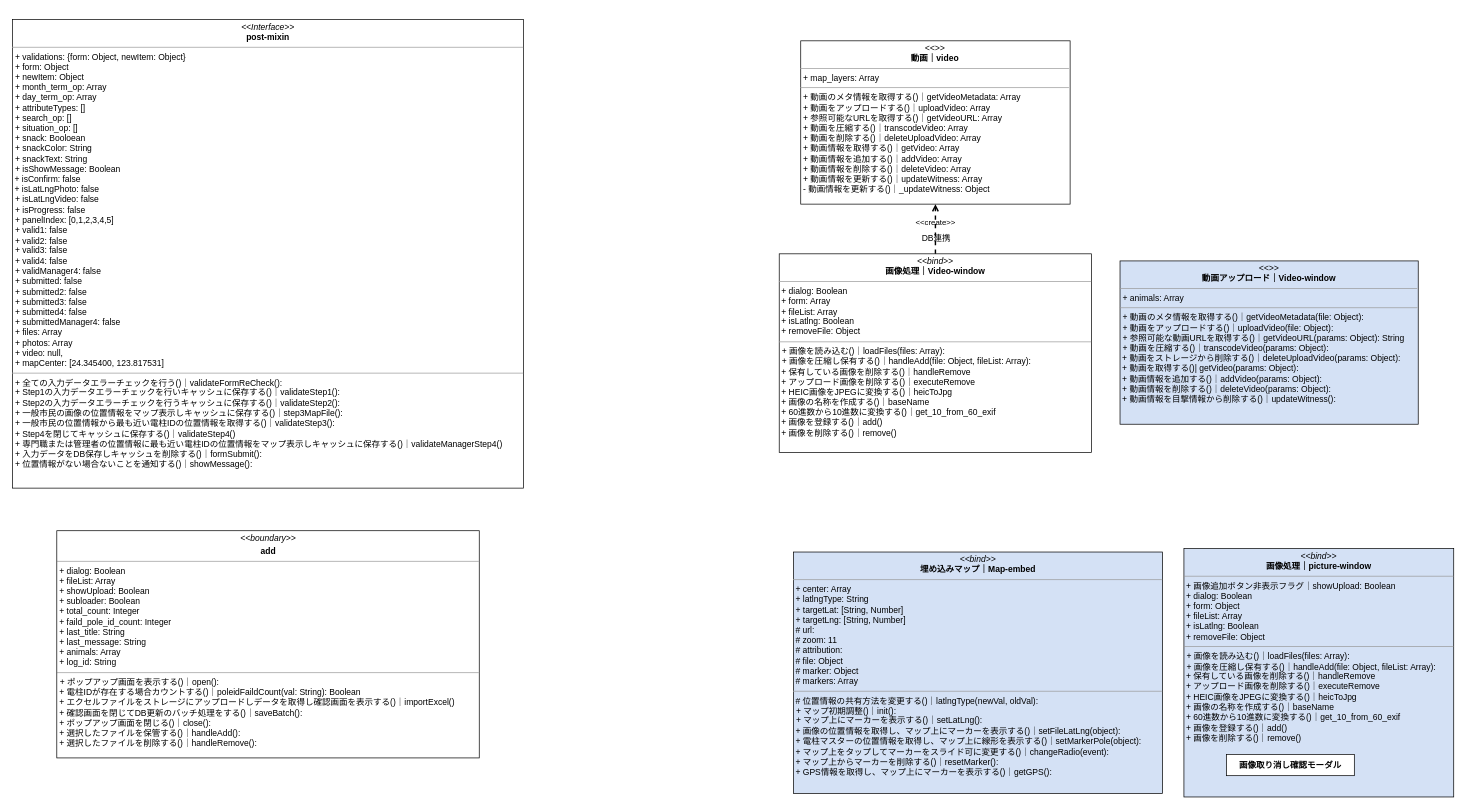
kaoru387/draw.io keeps this draw.io diagram as page "クラス図" (6 of 6) of Iriomote.drawio. Above is the earlier version. Source tidied: cells renumbered, new cells numbered last; positions are measured from the earlier drawing's top-left corner, leaving out a move shared by most shapes. Both pictures are drawn from the tidied source at 71%, with x=0, y=0 at pixel (12, 19).
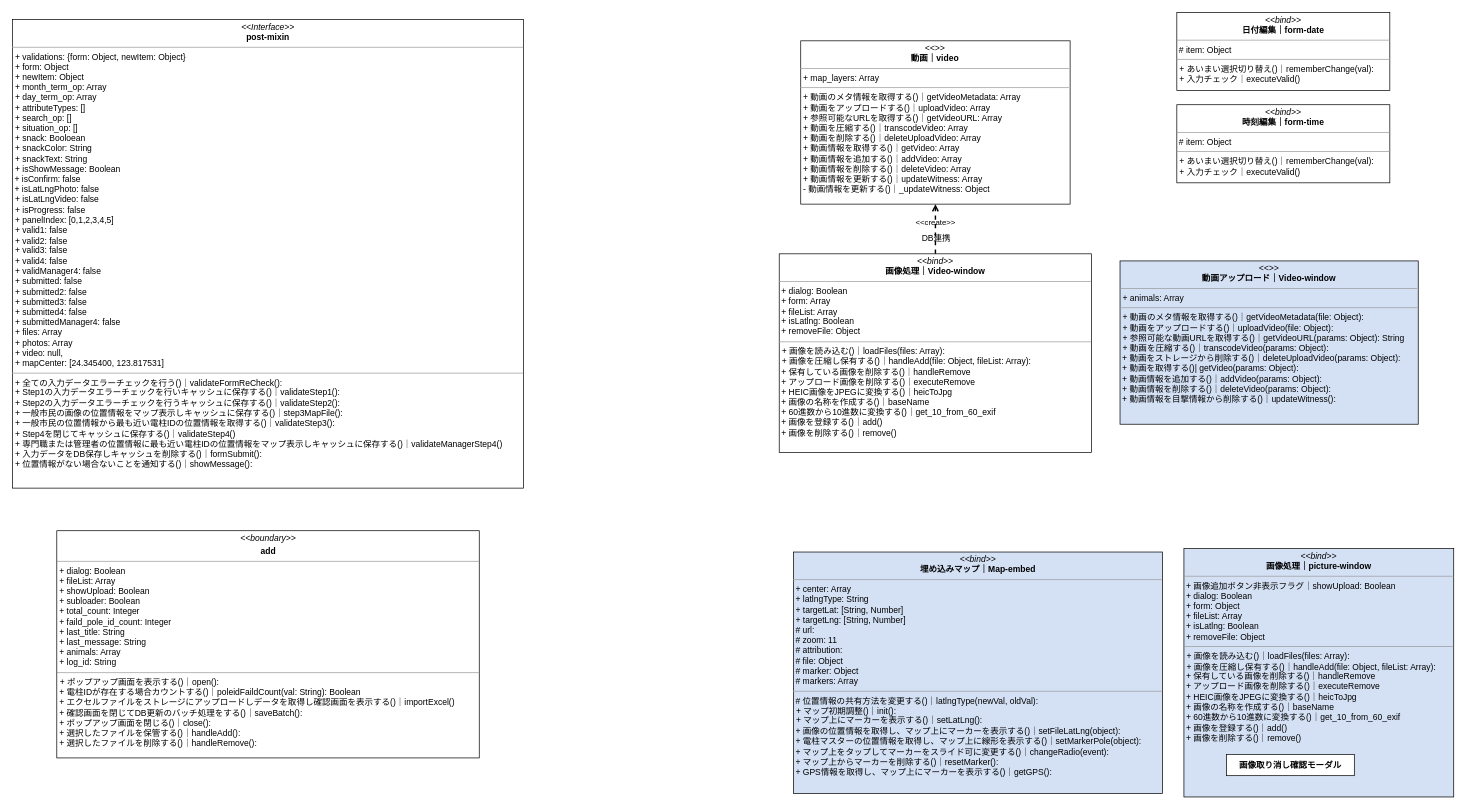
Above is the later version.

Commit message:
Iriomote.drawio を更新します

The edit, as a diff of the source:
```diff
@@
 <mxGraphModel>
   <root>
     <mxCell id="0" />
     <mxCell id="1" parent="0" />
     <mxCell id="2" value="&lt;p style=&quot;margin:0px;margin-top:4px;text-align:center;&quot;&gt;&lt;i&gt;&amp;lt;&amp;lt;bind&amp;gt;&amp;gt;&lt;/i&gt;&lt;br&gt;&lt;b&gt;画像処理｜Video-window&lt;/b&gt;&lt;/p&gt;&lt;hr size=&quot;1&quot;&gt;&lt;div&gt;&lt;span style=&quot;background-color: initial;&quot;&gt;&amp;nbsp;+ dialog: Boolean&lt;/span&gt;&lt;br&gt;&lt;/div&gt;&lt;div&gt;&amp;nbsp;+ form: Array&lt;span style=&quot;background-color: initial;&quot;&gt;&lt;br&gt;&lt;/span&gt;&lt;/div&gt;&lt;div&gt;&amp;nbsp;+ fileList: Array&amp;nbsp;&lt;/div&gt;&lt;div&gt;&lt;span style=&quot;background-color: initial;&quot;&gt;&amp;nbsp;+ isLatlng: Boolean&lt;/span&gt;&lt;/div&gt;&lt;div&gt;&lt;span style=&quot;background-color: initial;&quot;&gt;&amp;nbsp;+ removeFile: Object&lt;/span&gt;&lt;/div&gt;&lt;hr size=&quot;1&quot;&gt;&lt;p style=&quot;margin:0px;margin-left:4px;&quot;&gt;&lt;span style=&quot;background-color: initial;&quot;&gt;+ 画像を読み込む()｜loadFiles(files: Array):&amp;nbsp;&lt;/span&gt;&lt;/p&gt;&lt;p style=&quot;margin:0px;margin-left:4px;&quot;&gt;+ 画像を圧縮し保有する()｜handleAdd(file: Object, fileList: Array):&amp;nbsp;&lt;span style=&quot;background-color: initial;&quot;&gt;&lt;br&gt;&lt;/span&gt;&lt;/p&gt;&amp;nbsp;+ 保有している画像を削除する()｜&lt;span style=&quot;background-color: initial;&quot;&gt;handleRemove&lt;/span&gt;&lt;br&gt;&amp;nbsp;+ アップロード画像を削除する()｜&lt;span style=&quot;background-color: initial;&quot;&gt;executeRemove&lt;/span&gt;&lt;br&gt;&amp;nbsp;+ HEIC画像をJPEGに変換する()｜&lt;span style=&quot;background-color: initial;&quot;&gt;heicToJpg&lt;/span&gt;&lt;br&gt;&amp;nbsp;+ 画像の名称を作成する()｜&lt;span style=&quot;background-color: initial;&quot;&gt;baseName&lt;/span&gt;&lt;br&gt;&amp;nbsp;+ 60進数から10進数に変換する()｜&lt;span style=&quot;background-color: initial;&quot;&gt;get_10_from_60_exif&lt;/span&gt;&lt;br&gt;&amp;nbsp;+ 画像を登録する()｜add()&lt;br&gt;&amp;nbsp;&lt;span style=&quot;background-color: initial;&quot;&gt;+ 画像を削除&lt;/span&gt;する()｜&lt;span style=&quot;background-color: initial;&quot;&gt;remove()&lt;/span&gt;" style="verticalAlign=top;align=left;overflow=fill;fontSize=12;fontFamily=Helvetica;html=1;" parent="1" vertex="1">
       <mxGeometry x="1080" y="330" width="440" height="280" as="geometry" />
     </mxCell>
     <mxCell id="3" value="&lt;p style=&quot;margin:0px;margin-top:4px;text-align:center;&quot;&gt;&lt;i&gt;&amp;lt;&amp;lt;&amp;gt;&amp;gt;&lt;/i&gt;&lt;br&gt;&lt;b&gt;動画｜video&lt;/b&gt;&lt;br&gt;&lt;/p&gt;&lt;hr size=&quot;1&quot;&gt;&lt;p style=&quot;margin:0px;margin-left:4px;&quot;&gt;+ map_layers: Array&lt;/p&gt;&lt;hr size=&quot;1&quot;&gt;&lt;p style=&quot;margin:0px;margin-left:4px;&quot;&gt;&lt;span style=&quot;background-color: initial;&quot;&gt;+ 動画のメタ情報を取得する()｜getVideoMetadata: Array&lt;/span&gt;&lt;br&gt;&lt;/p&gt;&lt;p style=&quot;margin:0px;margin-left:4px;&quot;&gt;+ 動画をアップロードする()｜uploadVideo: Array&lt;/p&gt;&lt;p style=&quot;margin:0px;margin-left:4px;&quot;&gt;+ 参照可能なURLを取得する()｜getVideoURL: Array&lt;/p&gt;&lt;p style=&quot;margin:0px;margin-left:4px;&quot;&gt;+ 動画を圧縮する()｜transcodeVideo: Array&lt;/p&gt;&lt;p style=&quot;margin:0px;margin-left:4px;&quot;&gt;+ 動画を削除する()｜deleteUploadVideo: Array&lt;/p&gt;&lt;p style=&quot;margin:0px;margin-left:4px;&quot;&gt;+ 動画情報を取得する()｜getVideo: Array&lt;/p&gt;&lt;p style=&quot;margin:0px;margin-left:4px;&quot;&gt;+ 動画情報を追加する()｜addVideo: Array&lt;/p&gt;&lt;p style=&quot;margin:0px;margin-left:4px;&quot;&gt;+ 動画情報を削除する()｜deleteVideo: Array&lt;/p&gt;&lt;p style=&quot;margin:0px;margin-left:4px;&quot;&gt;+ 動画情報を更新する()｜updateWitness: Array&lt;/p&gt;&lt;p style=&quot;margin:0px;margin-left:4px;&quot;&gt;&lt;span style=&quot;background-color: initial;&quot;&gt;&lt;/span&gt;&lt;/p&gt;&lt;p style=&quot;margin:0px;margin-left:4px;&quot;&gt;- 動画情報を更新する&lt;span style=&quot;background-color: initial;&quot;&gt;()｜_updateWitness: Object&lt;/span&gt;&lt;/p&gt;" style="verticalAlign=top;align=left;overflow=fill;fontSize=12;fontFamily=Helvetica;html=1;fontColor=#000000;" parent="1" vertex="1">
       <mxGeometry x="1110.3" y="30" width="379.4" height="230" as="geometry" />
     </mxCell>
     <mxCell id="4" value="&amp;lt;&amp;lt;create&amp;gt;&amp;gt;" style="endArrow=open;html=1;rounded=0;align=center;verticalAlign=bottom;dashed=1;endFill=0;labelBackgroundColor=none;fontColor=#000000;startSize=22;endSize=6;sourcePerimeterSpacing=0;targetPerimeterSpacing=0;strokeWidth=2;jumpSize=6;entryX=0.5;entryY=1;entryDx=0;entryDy=0;exitX=0.5;exitY=0;exitDx=0;exitDy=0;" parent="1" edge="1" source="2" target="3">
       <mxGeometry relative="1" as="geometry" />
     </mxCell>
     <mxCell id="5" value="DB連携" style="html=1;align=center;verticalAlign=top;labelBackgroundColor=none;fontColor=#000000;" parent="4" vertex="1">
       <mxGeometry relative="1" as="geometry" />
     </mxCell>
     <mxCell id="6" value="&lt;p style=&quot;margin:0px;margin-top:4px;text-align:center;&quot;&gt;&lt;i&gt;&amp;lt;&amp;lt;Interface&amp;gt;&amp;gt;&lt;/i&gt;&lt;br&gt;&lt;b&gt;post-mixin&lt;/b&gt;&lt;/p&gt;&lt;hr size=&quot;1&quot;&gt;&lt;p style=&quot;margin:0px;margin-left:4px;&quot;&gt;+ validations: {form: Object, newItem: Object}&lt;br&gt;+&amp;nbsp;form: Object&lt;/p&gt;&lt;p style=&quot;margin:0px;margin-left:4px;&quot;&gt;+ newItem: Object&lt;br&gt;&lt;/p&gt;&lt;p style=&quot;margin:0px;margin-left:4px;&quot;&gt;+&amp;nbsp;month_term_op: Array&lt;/p&gt;&lt;p style=&quot;margin:0px;margin-left:4px;&quot;&gt;+&amp;nbsp;day_term_op: Array&lt;/p&gt;&lt;p style=&quot;margin:0px;margin-left:4px;&quot;&gt;+&amp;nbsp;attributeTypes: []&lt;/p&gt;&lt;p style=&quot;margin:0px;margin-left:4px;&quot;&gt;+&amp;nbsp;search_op: []&lt;/p&gt;&lt;p style=&quot;margin:0px;margin-left:4px;&quot;&gt;+&amp;nbsp;situation_op: []&lt;/p&gt;&lt;p style=&quot;margin:0px;margin-left:4px;&quot;&gt;+ snack: Booloean&lt;/p&gt;&lt;p style=&quot;margin:0px;margin-left:4px;&quot;&gt;+ snackColor: String&lt;/p&gt;&lt;p style=&quot;margin:0px;margin-left:4px;&quot;&gt;+&amp;nbsp;snackText: String&lt;/p&gt;&lt;p style=&quot;margin:0px;margin-left:4px;&quot;&gt;+&amp;nbsp;isShowMessage: Boolean&lt;/p&gt;&amp;nbsp;+&amp;nbsp;&lt;span style=&quot;background-color: initial;&quot;&gt;isConfirm&lt;/span&gt;: false&lt;br&gt;&amp;nbsp;+&amp;nbsp;&lt;span style=&quot;background-color: initial;&quot;&gt;isLatLngPhoto: false&lt;/span&gt;&lt;br&gt;&lt;p style=&quot;margin:0px;margin-left:4px;&quot;&gt;+ isLatLngVideo: false&lt;/p&gt;&lt;p style=&quot;margin:0px;margin-left:4px;&quot;&gt;+ isProgress: false&lt;/p&gt;&lt;p style=&quot;margin:0px;margin-left:4px;&quot;&gt;+ panelIndex: [0,1,2,3,4,5]&lt;/p&gt;&lt;p style=&quot;margin:0px;margin-left:4px;&quot;&gt;+ valid1: false&lt;/p&gt;&lt;p style=&quot;margin:0px;margin-left:4px;&quot;&gt;+ valid2: false&lt;/p&gt;&lt;p style=&quot;margin:0px;margin-left:4px;&quot;&gt;+ valid3: false&lt;/p&gt;&lt;p style=&quot;margin:0px;margin-left:4px;&quot;&gt;+ valid4: false&lt;/p&gt;&lt;p style=&quot;margin:0px;margin-left:4px;&quot;&gt;+ validManager4: false&lt;/p&gt;&lt;p style=&quot;margin:0px;margin-left:4px;&quot;&gt;+ submitted: false&lt;/p&gt;&lt;p style=&quot;margin:0px;margin-left:4px;&quot;&gt;+ submitted2: false&lt;/p&gt;&lt;p style=&quot;margin:0px;margin-left:4px;&quot;&gt;+ submitted3: false&lt;/p&gt;&lt;p style=&quot;margin:0px;margin-left:4px;&quot;&gt;+ submitted4: false&lt;/p&gt;&lt;p style=&quot;margin:0px;margin-left:4px;&quot;&gt;+ submittedManager4: false&lt;/p&gt;&lt;p style=&quot;margin:0px;margin-left:4px;&quot;&gt;+ files: Array&lt;/p&gt;&lt;p style=&quot;margin:0px;margin-left:4px;&quot;&gt;+ photos: Array&lt;/p&gt;&lt;p style=&quot;margin:0px;margin-left:4px;&quot;&gt;+ video: null,&lt;/p&gt;&lt;p style=&quot;margin:0px;margin-left:4px;&quot;&gt;+ mapCenter: [24.345400, 123.817531]&lt;/p&gt;&lt;hr size=&quot;1&quot;&gt;&lt;p style=&quot;margin:0px;margin-left:4px;&quot;&gt;&lt;span style=&quot;background-color: initial;&quot;&gt;+ 全ての入力データエラーチェックを行う()｜validateFormReCheck():&amp;nbsp;&lt;/span&gt;&lt;/p&gt;&lt;p style=&quot;margin:0px;margin-left:4px;&quot;&gt;+ Step1の入力データエラーチェックを行いキャッシュに保存する()｜validateStep1():&lt;/p&gt;&lt;p style=&quot;margin:0px;margin-left:4px;&quot;&gt;+ Step2の入力データエラーチェックを行うキャッシュに保存する()｜validateStep2():&lt;/p&gt;&lt;p style=&quot;margin:0px;margin-left:4px;&quot;&gt;+ 一般市民の画像の位置情報をマップ表示しキャッシュに保存する()｜step3MapFile():&lt;/p&gt;&lt;p style=&quot;margin:0px;margin-left:4px;&quot;&gt;+ 一般市民の位置情報から最も近い電柱IDの位置情報を取得する()｜validateStep3():&lt;/p&gt;&lt;p style=&quot;margin:0px;margin-left:4px;&quot;&gt;+ Step4を閉じてキャッシュに保存する()｜validateStep4()&lt;/p&gt;&lt;p style=&quot;margin:0px;margin-left:4px;&quot;&gt;+ 専門職または管理者の位置情報に最も近い電柱IDの位置情報をマップ表示しキャッシュに保存する()｜validateManagerStep4()&lt;/p&gt;&lt;p style=&quot;margin:0px;margin-left:4px;&quot;&gt;+ 入力データをDB保存しキャッシュを削除する()｜formSubmit():&lt;/p&gt;&lt;p style=&quot;margin:0px;margin-left:4px;&quot;&gt;+ 位置情報がない場合ないことを通知する()｜showMessage():&amp;nbsp;&lt;/p&gt;" style="verticalAlign=top;align=left;overflow=fill;fontSize=12;fontFamily=Helvetica;html=1;" parent="1" vertex="1">
       <mxGeometry width="720" height="660" as="geometry" />
     </mxCell>
     <mxCell id="7" value="&lt;p style=&quot;margin:0px;margin-top:4px;text-align:center;&quot;&gt;&lt;i&gt;&amp;lt;&amp;lt;boundary&amp;gt;&amp;gt;&lt;/i&gt;&lt;b&gt;&lt;br&gt;&lt;/b&gt;&lt;/p&gt;&lt;p style=&quot;margin:0px;margin-top:4px;text-align:center;&quot;&gt;&lt;b&gt;add&lt;/b&gt;&lt;/p&gt;&lt;hr size=&quot;1&quot;&gt;&lt;div&gt;&amp;nbsp;+ dialog: Boolean&lt;/div&gt;&lt;div&gt;&amp;nbsp;+ fileList: Array&amp;nbsp;&lt;/div&gt;&lt;div&gt;&amp;nbsp;+ showUpload: Boolean&lt;/div&gt;&lt;div&gt;&amp;nbsp;+ subloader: Boolean&lt;/div&gt;&lt;div&gt;&amp;nbsp;+ total_count: Integer&lt;/div&gt;&lt;div&gt;&amp;nbsp;+ faild_pole_id_count: Integer&lt;/div&gt;&lt;div&gt;&amp;nbsp;+ last_title: String&lt;/div&gt;&lt;div&gt;&amp;nbsp;+ last_message: String&lt;/div&gt;&lt;div&gt;&amp;nbsp;+ animals: Array&lt;/div&gt;&lt;div&gt;&amp;nbsp;+ log_id: String&lt;/div&gt;&lt;hr size=&quot;1&quot;&gt;&lt;p style=&quot;margin:0px;margin-left:4px;&quot;&gt;&lt;span style=&quot;background-color: initial;&quot;&gt;+ ポップアップ画面を表示する()｜open():&amp;nbsp;&lt;/span&gt;&lt;/p&gt;&amp;nbsp;+&amp;nbsp;電柱IDが存在する場合カウントする()｜poleidFaildCount(val: String): Boolean&lt;br&gt;&amp;nbsp;+ エクセルファイルをストレージにアップロードしデータを取得し確認画面を表示する()｜importExcel()&lt;br&gt;&amp;nbsp;+ 確認画面を閉じてDB更新のバッチ処理をする()｜saveBatch():&amp;nbsp;&lt;br&gt;&amp;nbsp;+ ポップアップ画面を閉じる()｜close():&amp;nbsp;&lt;br&gt;&amp;nbsp;+ 選択したファイルを保管する()｜handleAdd():&amp;nbsp;&lt;br&gt;&amp;nbsp;+ 選択したファイルを削除する()｜handleRemove():&amp;nbsp;" style="verticalAlign=top;align=left;overflow=fill;fontSize=12;fontFamily=Helvetica;html=1;" parent="1" vertex="1">
       <mxGeometry x="62.5" y="720" width="595" height="320" as="geometry" />
     </mxCell>
     <mxCell id="8" value="&lt;p style=&quot;margin:0px;margin-top:4px;text-align:center;&quot;&gt;&lt;i&gt;&amp;lt;&amp;lt;&amp;gt;&amp;gt;&lt;/i&gt;&lt;br&gt;&lt;b&gt;動画アップロード｜Video-window&lt;/b&gt;&lt;br&gt;&lt;/p&gt;&lt;hr size=&quot;1&quot;&gt;&lt;p style=&quot;margin:0px;margin-left:4px;&quot;&gt;+ animals: Array&lt;/p&gt;&lt;hr size=&quot;1&quot;&gt;&lt;p style=&quot;margin:0px;margin-left:4px;&quot;&gt;&lt;span style=&quot;background-color: initial;&quot;&gt;+ 動画のメタ情報を取得する()｜getVideoMetadata(file: Object):&amp;nbsp;&lt;/span&gt;&lt;br&gt;&lt;/p&gt;&lt;p style=&quot;margin:0px;margin-left:4px;&quot;&gt;+ 動画をアップロードする()｜uploadVideo(file: Object):&lt;/p&gt;&lt;p style=&quot;margin:0px;margin-left:4px;&quot;&gt;&lt;span style=&quot;background-color: initial;&quot;&gt;+ 参照可能な動画URLを取得する()｜getVideoURL(params: Object): String&lt;/span&gt;&lt;/p&gt;&lt;p style=&quot;margin:0px;margin-left:4px;&quot;&gt;+ 動画を圧縮する()｜transcodeVideo(params: Object):&lt;br&gt;&lt;/p&gt;&amp;nbsp;+ 動画をストレージから削除する()｜&lt;span style=&quot;background-color: initial;&quot;&gt;deleteUploadVideo&lt;/span&gt;(params: Object):&lt;br&gt;&amp;nbsp;+ 動画を取得する()|&amp;nbsp;getVideo(params: Object):&lt;br&gt;&amp;nbsp;+ 動画情報を追加する()｜addVideo(params: Object):&lt;br&gt;&amp;nbsp;+ 動画情報を削除する()｜deleteVideo(params: Object):&lt;br&gt;&amp;nbsp;+ 動画情報を目撃情報から削除する()｜updateWitness():&amp;nbsp;" style="verticalAlign=top;align=left;overflow=fill;fontSize=12;fontFamily=Helvetica;html=1;fontColor=#000000;fillColor=#D4E1F5;" parent="1" vertex="1">
       <mxGeometry x="1560" y="340" width="420" height="230" as="geometry" />
     </mxCell>
     <mxCell id="9" value="&lt;p style=&quot;margin:0px;margin-top:4px;text-align:center;&quot;&gt;&lt;i&gt;&amp;lt;&amp;lt;bind&amp;gt;&amp;gt;&lt;/i&gt;&lt;br&gt;&lt;b style=&quot;background-color: initial;&quot;&gt;埋め込みマップ｜Map-embed&lt;/b&gt;&lt;/p&gt;&lt;hr size=&quot;1&quot;&gt;&lt;div&gt;&amp;nbsp;+ center: Array&lt;/div&gt;&lt;div&gt;&amp;nbsp;+&amp;nbsp;latlngType: String&lt;br&gt;&lt;/div&gt;&lt;div&gt;&amp;nbsp;+&amp;nbsp;targetLat: [String, Number]&lt;br&gt;&lt;/div&gt;&lt;div&gt;&amp;nbsp;+&amp;nbsp;targetLng: [String, Number]&lt;br&gt;&lt;/div&gt;&lt;div&gt;&amp;nbsp;# url:&amp;nbsp;&lt;/div&gt;&lt;div&gt;&amp;nbsp;# zoom: 11&lt;/div&gt;&lt;div&gt;&amp;nbsp;#&amp;nbsp;attribution:&amp;nbsp;&lt;/div&gt;&lt;div&gt;&amp;nbsp;#&amp;nbsp;file: Object&lt;/div&gt;&lt;div&gt;&amp;nbsp;#&amp;nbsp;marker: Object&lt;br&gt;&lt;/div&gt;&lt;div&gt;&amp;nbsp;# markers: Array&lt;br&gt;&lt;/div&gt;&lt;hr size=&quot;1&quot;&gt;&lt;p style=&quot;margin:0px;margin-left:4px;&quot;&gt;&lt;/p&gt;&amp;nbsp;# 位置情報の共有方法を変更する()｜latlngType(newVal, oldVal):&amp;nbsp;&lt;p style=&quot;margin:0px;margin-left:4px;&quot;&gt;&lt;span style=&quot;background-color: initial;&quot;&gt;+ マップ初期調整()｜init():&amp;nbsp;&lt;/span&gt;&lt;/p&gt;&lt;p style=&quot;margin:0px;margin-left:4px;&quot;&gt;+ マップ上にマーカーを表示する()｜setLatLng():&amp;nbsp;&lt;/p&gt;&amp;nbsp;+ 画像の位置情報を取得し、マップ上にマーカーを表示する()｜&lt;span style=&quot;background-color: initial;&quot;&gt;setFileLatLng(object):&amp;nbsp;&lt;br&gt;&lt;/span&gt;&amp;nbsp;+ 電柱マスターの位置情報を取得し、マップ上に線形を表示する()｜setMarkerPole(object):&amp;nbsp;&lt;br&gt;&amp;nbsp;+ マップ上をタップしてマーカーをスライド可に変更する()｜changeRadio(event):&amp;nbsp;&lt;br&gt;&amp;nbsp;+ マップ上からマーカーを削除する()｜resetMarker():&amp;nbsp;&lt;br&gt;&amp;nbsp;+ GPS情報を取得し、マップ上にマーカーを表示する()｜getGPS():&amp;nbsp;&lt;br&gt;&amp;nbsp;" style="verticalAlign=top;align=left;overflow=fill;fontSize=12;fontFamily=Helvetica;html=1;fillColor=#D4E1F5;" parent="1" vertex="1">
       <mxGeometry x="1100" y="750" width="520" height="340" as="geometry" />
     </mxCell>
     <mxCell id="10" value="&lt;p style=&quot;margin:0px;margin-top:4px;text-align:center;&quot;&gt;&lt;i&gt;&amp;lt;&amp;lt;bind&amp;gt;&amp;gt;&lt;/i&gt;&lt;br&gt;&lt;b&gt;画像処理｜picture-window&lt;/b&gt;&lt;/p&gt;&lt;hr size=&quot;1&quot;&gt;&lt;div&gt;&amp;nbsp;+ 画像追加ボタン非表示フラグ｜showUpload: Boolean&lt;span style=&quot;background-color: initial;&quot;&gt;&lt;br&gt;&lt;/span&gt;&lt;/div&gt;&lt;div&gt;&lt;span style=&quot;background-color: initial;&quot;&gt;&amp;nbsp;+ dialog: Boolean&lt;/span&gt;&lt;br&gt;&lt;/div&gt;&lt;div&gt;&amp;nbsp;+ form: Object&lt;span style=&quot;background-color: initial;&quot;&gt;&lt;br&gt;&lt;/span&gt;&lt;/div&gt;&lt;div&gt;&amp;nbsp;+ fileList: Array&amp;nbsp;&lt;/div&gt;&lt;div&gt;&lt;span style=&quot;background-color: initial;&quot;&gt;&amp;nbsp;+ isLatlng: Boolean&lt;/span&gt;&lt;/div&gt;&lt;div&gt;&lt;span style=&quot;background-color: initial;&quot;&gt;&amp;nbsp;+ removeFile: Object&lt;/span&gt;&lt;/div&gt;&lt;hr size=&quot;1&quot;&gt;&lt;p style=&quot;margin:0px;margin-left:4px;&quot;&gt;&lt;span style=&quot;background-color: initial;&quot;&gt;+ 画像を読み込む()｜loadFiles(files: Array):&amp;nbsp;&lt;/span&gt;&lt;/p&gt;&lt;p style=&quot;margin:0px;margin-left:4px;&quot;&gt;+ 画像を圧縮し保有する()｜handleAdd(file: Object, fileList: Array):&amp;nbsp;&lt;span style=&quot;background-color: initial;&quot;&gt;&lt;br&gt;&lt;/span&gt;&lt;/p&gt;&amp;nbsp;+ 保有している画像を削除する()｜&lt;span style=&quot;background-color: initial;&quot;&gt;handleRemove&lt;/span&gt;&lt;br&gt;&amp;nbsp;+ アップロード画像を削除する()｜&lt;span style=&quot;background-color: initial;&quot;&gt;executeRemove&lt;/span&gt;&lt;br&gt;&amp;nbsp;+ HEIC画像をJPEGに変換する()｜&lt;span style=&quot;background-color: initial;&quot;&gt;heicToJpg&lt;/span&gt;&lt;br&gt;&amp;nbsp;+ 画像の名称を作成する()｜&lt;span style=&quot;background-color: initial;&quot;&gt;baseName&lt;/span&gt;&lt;br&gt;&amp;nbsp;+ 60進数から10進数に変換する()｜&lt;span style=&quot;background-color: initial;&quot;&gt;get_10_from_60_exif&lt;/span&gt;&lt;br&gt;&amp;nbsp;+ 画像を登録する()｜add()&lt;br&gt;&amp;nbsp;&lt;span style=&quot;background-color: initial;&quot;&gt;+ 画像を削除&lt;/span&gt;する()｜&lt;span style=&quot;background-color: initial;&quot;&gt;remove()&lt;br&gt;&lt;br&gt;&lt;/span&gt;" style="verticalAlign=top;align=left;overflow=fill;fontSize=12;fontFamily=Helvetica;html=1;fillColor=#D4E1F5;" parent="1" vertex="1">
       <mxGeometry x="1650" y="745" width="380" height="350" as="geometry" />
     </mxCell>
     <mxCell id="11" value="画像取り消し確認モーダル" style="fontStyle=1;fillColor=#FFFFFF;" parent="1" vertex="1">
       <mxGeometry x="1710" y="1035" width="180" height="30" as="geometry" />
     </mxCell>
+    <mxCell id="12" value="&lt;p style=&quot;margin:0px;margin-top:4px;text-align:center;&quot;&gt;&lt;i&gt;&amp;lt;&amp;lt;bind&amp;gt;&amp;gt;&lt;/i&gt;&lt;br&gt;&lt;b&gt;日付編集｜form-date&lt;/b&gt;&lt;/p&gt;&lt;hr size=&quot;1&quot;&gt;&lt;div&gt;&lt;span style=&quot;background-color: initial;&quot;&gt;&amp;nbsp;# item: Object&lt;/span&gt;&lt;/div&gt;&lt;hr size=&quot;1&quot;&gt;&lt;p style=&quot;margin:0px;margin-left:4px;&quot;&gt;&lt;span style=&quot;background-color: initial;&quot;&gt;+ あいまい選択切り替え()｜rememberChange(val):&amp;nbsp;&lt;/span&gt;&lt;/p&gt;&lt;p style=&quot;margin:0px;margin-left:4px;&quot;&gt;&lt;span style=&quot;background-color: initial;&quot;&gt;+ 入力チェック｜executeValid()&lt;br&gt;&lt;/span&gt;&lt;/p&gt;&lt;p style=&quot;margin:0px;margin-left:4px;&quot;&gt;&lt;br&gt;&lt;/p&gt;" style="verticalAlign=top;align=left;overflow=fill;fontSize=12;fontFamily=Helvetica;html=1;" parent="1" vertex="1">
+      <mxGeometry x="1640" y="-10" width="300" height="110" as="geometry" />
+    </mxCell>
+    <mxCell id="13" value="&lt;p style=&quot;margin:0px;margin-top:4px;text-align:center;&quot;&gt;&lt;i&gt;&amp;lt;&amp;lt;bind&amp;gt;&amp;gt;&lt;/i&gt;&lt;br&gt;&lt;b&gt;時刻編集｜form-time&lt;/b&gt;&lt;/p&gt;&lt;hr size=&quot;1&quot;&gt;&lt;div&gt;&lt;span style=&quot;background-color: initial;&quot;&gt;&amp;nbsp;# item: Object&lt;/span&gt;&lt;/div&gt;&lt;hr size=&quot;1&quot;&gt;&lt;p style=&quot;margin:0px;margin-left:4px;&quot;&gt;&lt;span style=&quot;background-color: initial;&quot;&gt;+ あいまい選択切り替え()｜rememberChange(val):&amp;nbsp;&lt;/span&gt;&lt;/p&gt;&lt;p style=&quot;margin:0px;margin-left:4px;&quot;&gt;+ 入力チェック｜executeValid()&lt;br&gt;&lt;/p&gt;" style="verticalAlign=top;align=left;overflow=fill;fontSize=12;fontFamily=Helvetica;html=1;" parent="1" vertex="1">
+      <mxGeometry x="1640" y="120" width="300" height="110" as="geometry" />
+    </mxCell>
   </root>
 </mxGraphModel>
```
